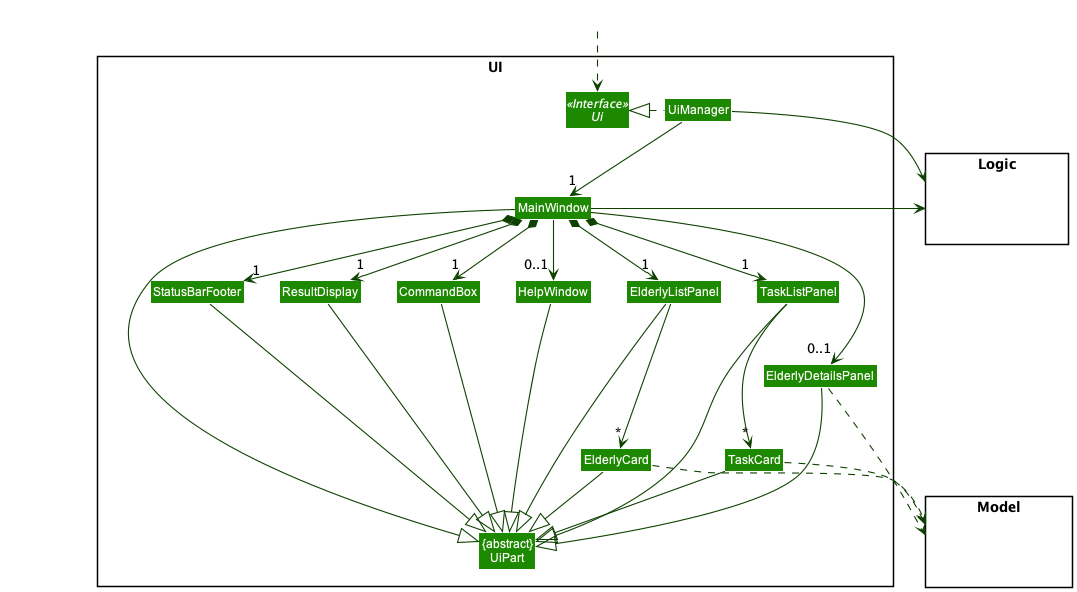
Earlier version of the PlantUML export docs/images/UiClassDiagram.png (tsy24/tp).
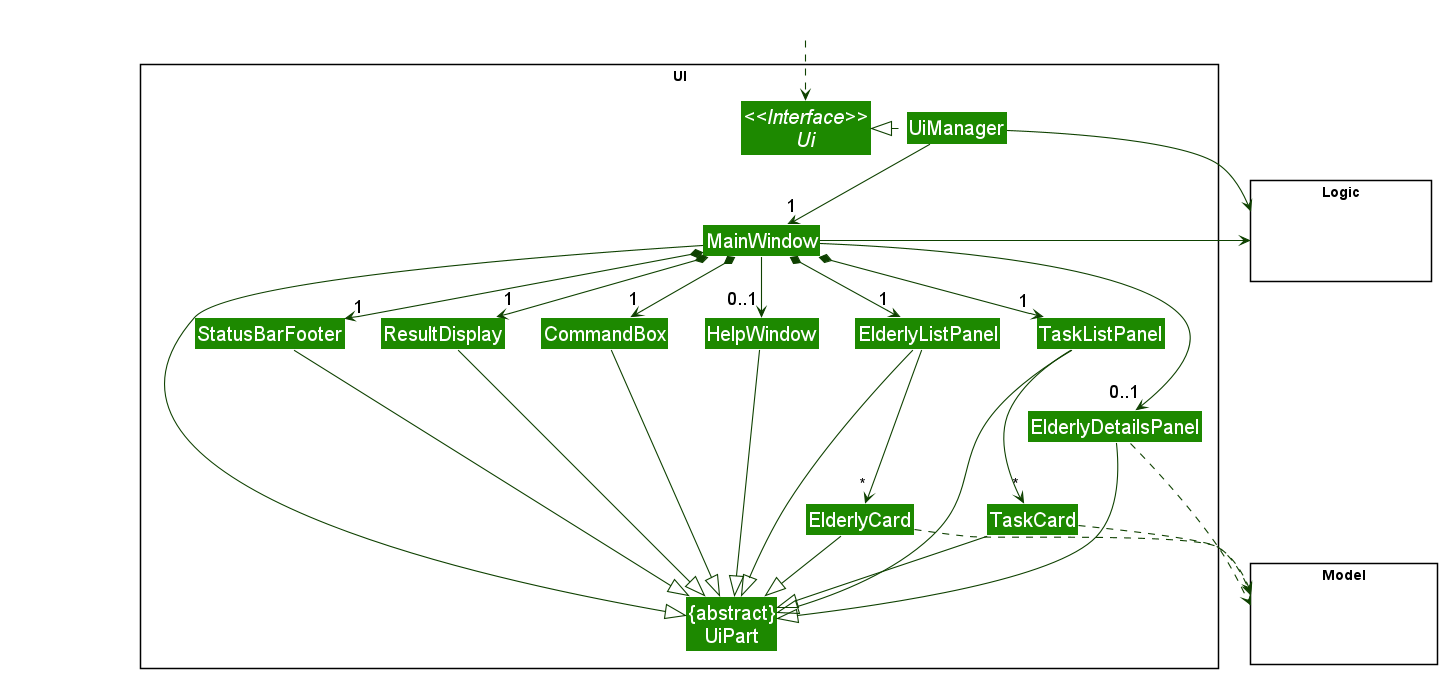
Above is the later version.

Change to the diagram source:
```diff
@@ -5,7 +5,7 @@
 skinparam classBackgroundColor UI_COLOR
 
 package UI <<Rectangle>>{
-Interface Ui <<Interface>>
+Interface "<<Interface>>\nUi"
 Class "{abstract}\nUiPart" as UiPart
 Class UiManager
 Class MainWindow
@@ -29,9 +29,9 @@
 }
 
 Class HiddenOutside #FFFFFF
-HiddenOutside ..> Ui
+HiddenOutside ..> "<<Interface>>\nUi"
 
-UiManager .left.|> Ui
+UiManager .left.|> "<<Interface>>\nUi"
 UiManager -down-> "1" MainWindow
 MainWindow *-down->  "1" CommandBox
 MainWindow *-down-> "1" ResultDisplay
```
